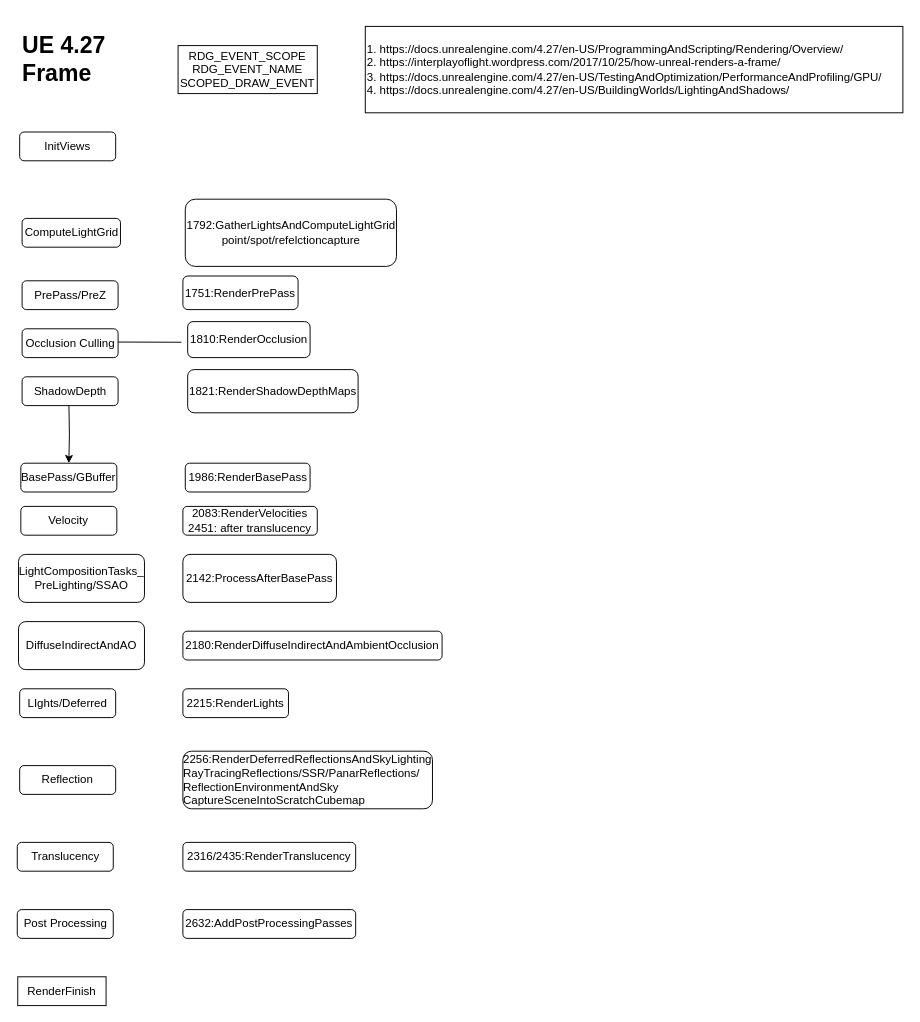
Earlier version of the draw.io diagram UE4Gram.drawio (cedarz/UE4Gram). Source tidied: cells renumbered, new cells numbered last; positions are measured from the earlier drawing's top-left corner, leaving out a move shared by most shapes. Both pictures are drawn from the tidied source at 96%, with x=0, y=0 at pixel (17, 26).
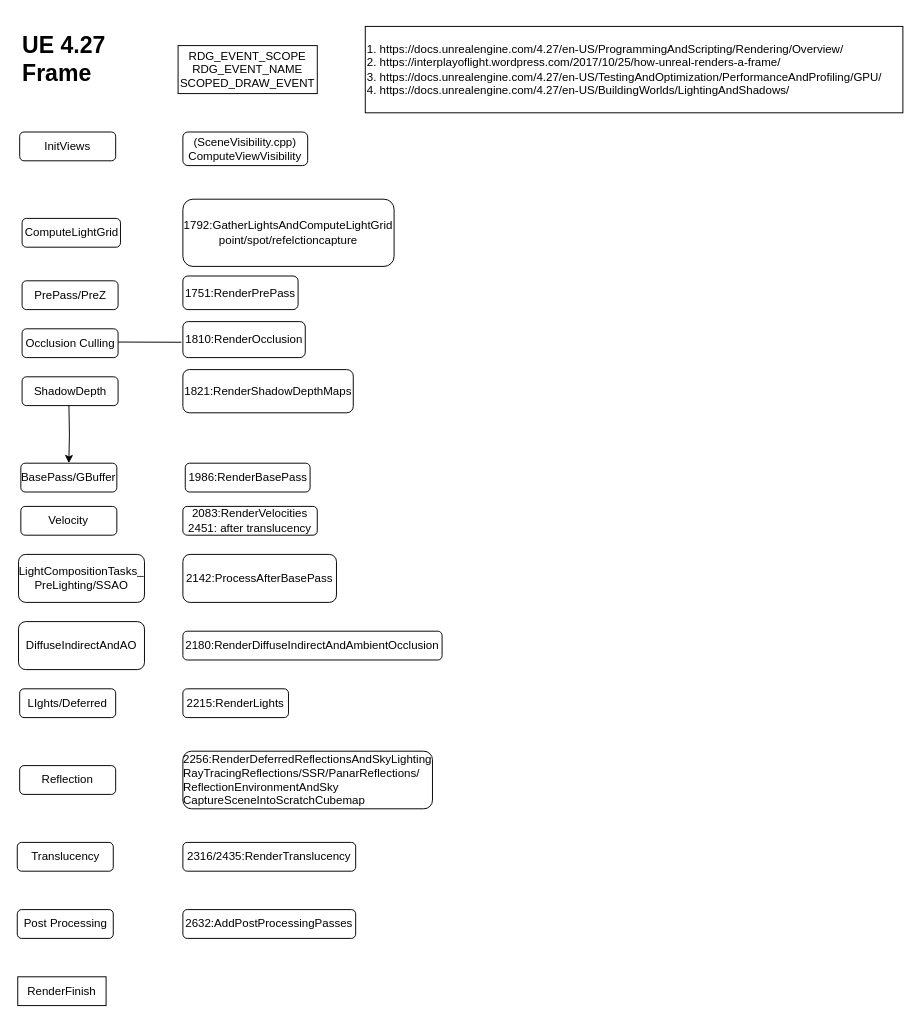
Above is the later version.

Change to the diagram source:
```diff
@@
     <mxCell id="8" value="1810:RenderOcclusion" style="whiteSpace=wrap;html=1;rounded=1;" parent="1" vertex="1">
-      <mxGeometry x="177" y="307.5" width="127.5" height="37.5" as="geometry" />
+      <mxGeometry x="172" y="307.5" width="127.5" height="37.5" as="geometry" />
     </mxCell>
@@
     <mxCell id="22" value="1821:RenderShadowDepthMaps" style="whiteSpace=wrap;html=1;rounded=1;" parent="1" vertex="1">
-      <mxGeometry x="177" y="357.5" width="177.5" height="45" as="geometry" />
+      <mxGeometry x="172" y="357.5" width="177.5" height="45" as="geometry" />
     </mxCell>
@@
     <mxCell id="25" value="1792:GatherLightsAndComputeLightGrid&lt;br&gt;point/spot/refelctioncapture" style="whiteSpace=wrap;html=1;rounded=1;" parent="1" vertex="1">
-      <mxGeometry x="174.5" y="180" width="220" height="70" as="geometry" />
+      <mxGeometry x="172" y="180" width="220" height="70" as="geometry" />
     </mxCell>
@@
+    <mxCell id="33" value="(SceneVisibility.cpp)&lt;br&gt;ComputeViewVisibility" style="whiteSpace=wrap;html=1;rounded=1;" parent="1" vertex="1">
+      <mxGeometry x="172" y="110" width="130" height="35" as="geometry" />
+    </mxCell>
```
